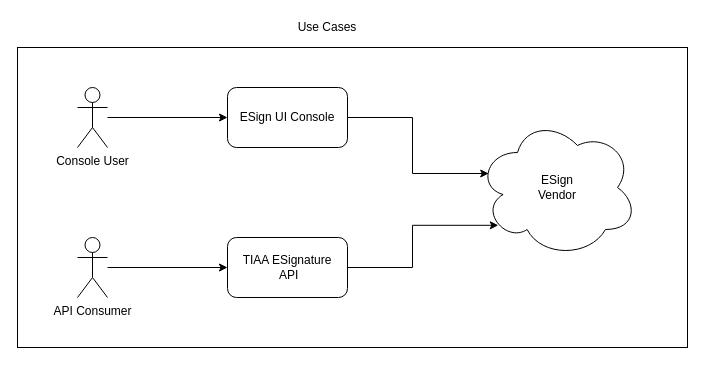
Before: esign-usecases.drawio in Tayyabt120/app-diagrams, a draw.io diagram. Source tidied: cells renumbered, new cells numbered last; positions are measured from the earlier drawing's top-left corner, leaving out a move shared by most shapes. Both pictures are drawn from the tidied source at 100%, with x=0, y=0 at pixel (17, 17).
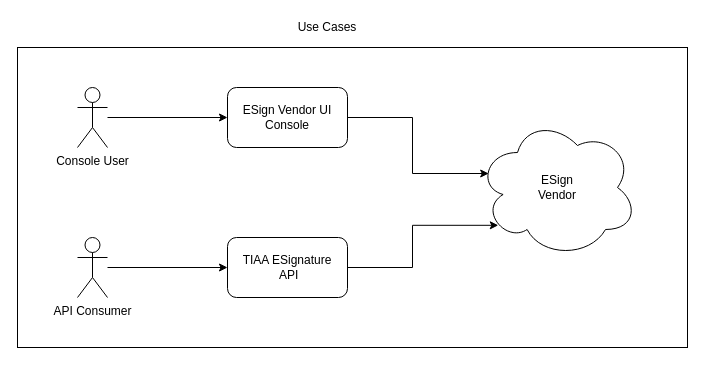
The same page after the edit.

Change to the diagram source:
```diff
@@
 <mxGraphModel>
   <root>
     <mxCell id="0" />
     <mxCell id="1" parent="0" />
     <mxCell id="2" style="rounded=0;whiteSpace=wrap;html=1;" parent="1" vertex="1">
       <mxGeometry y="30" width="670" height="300" as="geometry" />
     </mxCell>
     <mxCell id="3" value="ESign&lt;br&gt;Vendor" style="ellipse;shape=cloud;whiteSpace=wrap;html=1;" parent="1" vertex="1">
       <mxGeometry x="460" y="100" width="160" height="140" as="geometry" />
     </mxCell>
     <mxCell id="4" style="edgeStyle=orthogonalEdgeStyle;rounded=0;jettySize=auto;html=1;" parent="1" edge="1" source="5" target="9">
       <mxGeometry relative="1" as="geometry" />
     </mxCell>
     <mxCell id="5" value="Console User" style="shape=umlActor;verticalLabelPosition=bottom;verticalAlign=top;html=1;outlineConnect=0;" parent="1" vertex="1">
       <mxGeometry x="60" y="70" width="30" height="60" as="geometry" />
     </mxCell>
     <mxCell id="6" style="edgeStyle=orthogonalEdgeStyle;rounded=0;jettySize=auto;html=1;" parent="1" edge="1" source="7" target="11">
       <mxGeometry relative="1" as="geometry" />
     </mxCell>
     <mxCell id="7" value="API Consumer" style="shape=umlActor;verticalLabelPosition=bottom;verticalAlign=top;html=1;outlineConnect=0;" parent="1" vertex="1">
       <mxGeometry x="60" y="220" width="30" height="60" as="geometry" />
     </mxCell>
     <mxCell id="8" style="edgeStyle=orthogonalEdgeStyle;rounded=0;jettySize=auto;html=1;entryX=0.07;entryY=0.4;entryDx=0;entryDy=0;entryPerimeter=0;" parent="1" edge="1" source="9" target="3">
       <mxGeometry relative="1" as="geometry" />
     </mxCell>
-    <mxCell id="9" value="ESign UI Console" style="rounded=1;whiteSpace=wrap;html=1;" parent="1" vertex="1">
+    <mxCell id="9" value="ESign Vendor UI Console" style="rounded=1;whiteSpace=wrap;html=1;" parent="1" vertex="1">
       <mxGeometry x="210" y="70" width="120" height="60" as="geometry" />
     </mxCell>
     <mxCell id="10" style="edgeStyle=orthogonalEdgeStyle;rounded=0;jettySize=auto;html=1;entryX=0.13;entryY=0.77;entryDx=0;entryDy=0;entryPerimeter=0;" parent="1" edge="1" source="11" target="3">
       <mxGeometry relative="1" as="geometry" />
     </mxCell>
     <mxCell id="11" value="TIAA ESignature&lt;br&gt;&amp;nbsp;API" style="rounded=1;whiteSpace=wrap;html=1;" parent="1" vertex="1">
       <mxGeometry x="210" y="220" width="120" height="60" as="geometry" />
     </mxCell>
     <mxCell id="12" value="Use Cases" style="text;html=1;strokeColor=none;fillColor=none;align=center;verticalAlign=middle;whiteSpace=wrap;rounded=0;" parent="1" vertex="1">
       <mxGeometry x="190" width="240" height="20" as="geometry" />
     </mxCell>
   </root>
 </mxGraphModel>
```
